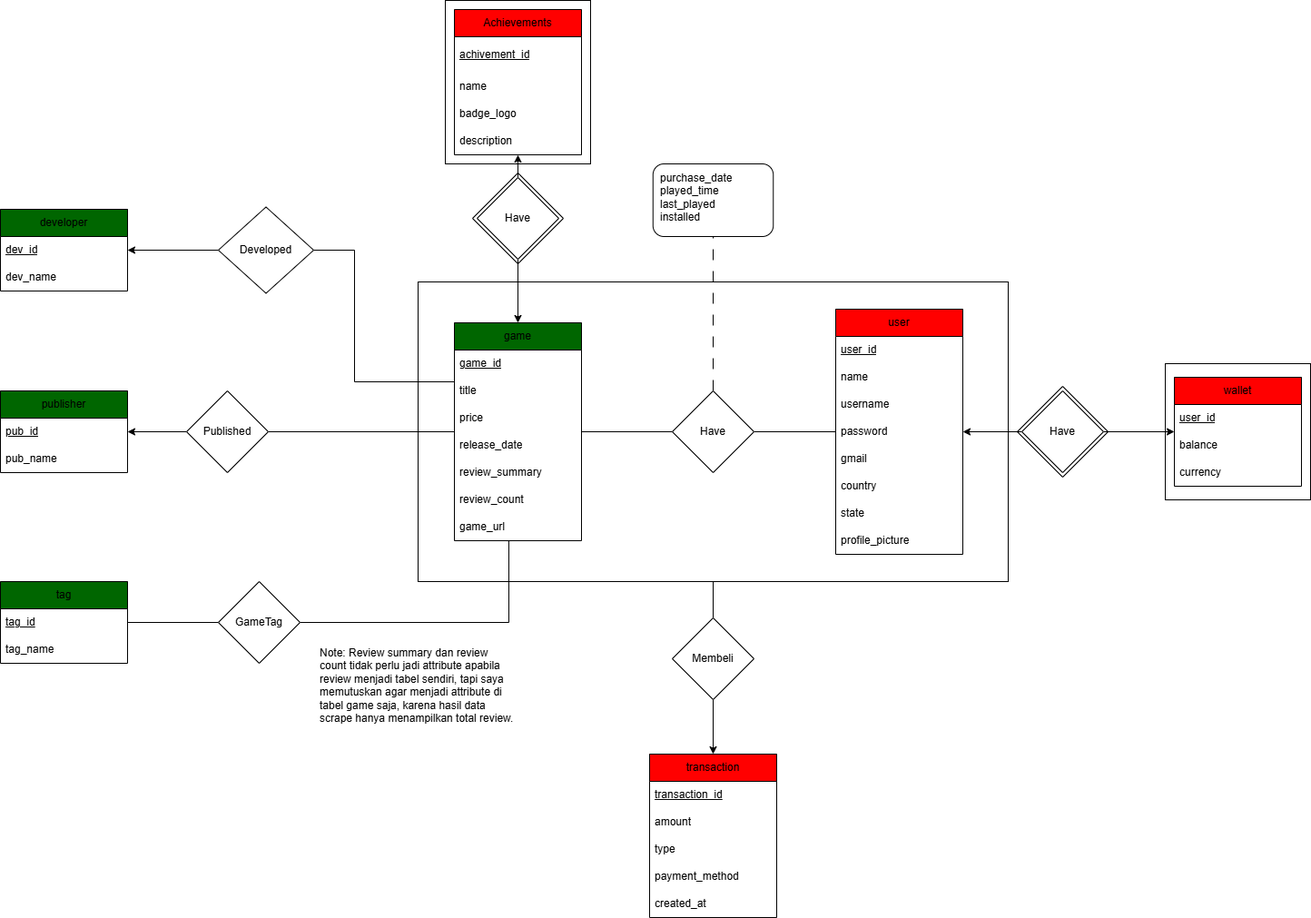
Before: Data Storing/design/ERD.drawio.png, a diagram exported from draw.io (Jerannn24/Seleksi-2026-Tugas-1). Source tidied: cells renumbered, new cells last; positions are measured from the earlier drawing's top-left corner, leaving out a move shared by most shapes. Its diagram source:
```xml
<mxGraphModel background="light-dark(#ffffff, #121212)">
  <root>
    <mxCell id="0" />
    <mxCell id="1" parent="0" />
    <mxCell id="2" style="rounded=0;whiteSpace=wrap;html=1;" parent="1" vertex="1">
      <mxGeometry x="490" width="160" height="180" as="geometry" />
    </mxCell>
    <mxCell id="3" style="rhombus;whiteSpace=wrap;html=1;" parent="1" vertex="1">
      <mxGeometry x="1120" y="425" width="100" height="100" as="geometry" />
    </mxCell>
    <mxCell id="4" style="rounded=0;whiteSpace=wrap;html=1;" parent="1" vertex="1">
      <mxGeometry x="1283" y="400" width="160" height="150" as="geometry" />
    </mxCell>
    <mxCell id="5" style="edgeStyle=orthogonalEdgeStyle;rounded=0;jettySize=auto;html=1;endArrow=none;endFill=0;" parent="1" edge="1" source="6" target="56">
      <mxGeometry relative="1" as="geometry" />
    </mxCell>
    <mxCell id="6" style="rounded=0;whiteSpace=wrap;html=1;" parent="1" vertex="1">
      <mxGeometry x="460" y="310" width="650" height="330" as="geometry" />
    </mxCell>
    <mxCell id="7" value="game" style="swimlane;fontStyle=0;horizontal=1;startSize=30;whiteSpace=wrap;html=1;fillColor=light-dark(#006600,#006600);fontColor=default;" parent="1" vertex="1">
      <mxGeometry x="500" y="355" width="140" height="240" as="geometry" />
    </mxCell>
    <mxCell id="8" value="&lt;u&gt;game_id&lt;/u&gt;" style="text;strokeColor=none;fillColor=none;align=left;verticalAlign=middle;spacingLeft=4;spacingRight=4;overflow=hidden;whiteSpace=wrap;html=1;" parent="7" vertex="1">
      <mxGeometry y="30" width="140" height="30" as="geometry" />
    </mxCell>
    <mxCell id="9" value="title" style="text;strokeColor=none;fillColor=none;align=left;verticalAlign=middle;spacingLeft=4;spacingRight=4;overflow=hidden;whiteSpace=wrap;html=1;" parent="7" vertex="1">
      <mxGeometry y="60" width="140" height="30" as="geometry" />
    </mxCell>
    <mxCell id="10" value="price" style="text;strokeColor=none;fillColor=none;align=left;verticalAlign=middle;spacingLeft=4;spacingRight=4;overflow=hidden;whiteSpace=wrap;html=1;" parent="7" vertex="1">
      <mxGeometry y="90" width="140" height="30" as="geometry" />
    </mxCell>
    <mxCell id="11" value="release_date" style="text;strokeColor=none;fillColor=none;align=left;verticalAlign=middle;spacingLeft=4;spacingRight=4;overflow=hidden;whiteSpace=wrap;html=1;" parent="7" vertex="1">
      <mxGeometry y="120" width="140" height="30" as="geometry" />
    </mxCell>
    <mxCell id="12" value="review_summary" style="text;strokeColor=none;fillColor=none;align=left;verticalAlign=middle;spacingLeft=4;spacingRight=4;overflow=hidden;whiteSpace=wrap;html=1;" parent="7" vertex="1">
      <mxGeometry y="150" width="140" height="30" as="geometry" />
    </mxCell>
    <mxCell id="13" value="review_count" style="text;strokeColor=none;fillColor=none;align=left;verticalAlign=middle;spacingLeft=4;spacingRight=4;overflow=hidden;whiteSpace=wrap;html=1;" parent="7" vertex="1">
      <mxGeometry y="180" width="140" height="30" as="geometry" />
    </mxCell>
    <mxCell id="14" value="game_url" style="text;strokeColor=none;fillColor=none;align=left;verticalAlign=middle;spacingLeft=4;spacingRight=4;overflow=hidden;whiteSpace=wrap;html=1;" parent="7" vertex="1">
      <mxGeometry y="210" width="140" height="30" as="geometry" />
    </mxCell>
    <mxCell id="15" value="developer" style="swimlane;fontStyle=0;horizontal=1;startSize=30;whiteSpace=wrap;html=1;fillColor=light-dark(#006600,#006600);" parent="1" vertex="1">
      <mxGeometry y="230" width="140" height="90" as="geometry" />
    </mxCell>
    <mxCell id="16" value="&lt;u&gt;dev_id&lt;/u&gt;" style="text;strokeColor=none;fillColor=none;align=left;verticalAlign=middle;spacingLeft=4;spacingRight=4;overflow=hidden;whiteSpace=wrap;html=1;" parent="15" vertex="1">
      <mxGeometry y="30" width="140" height="30" as="geometry" />
    </mxCell>
    <mxCell id="17" value="dev_name" style="text;strokeColor=none;fillColor=none;align=left;verticalAlign=middle;spacingLeft=4;spacingRight=4;overflow=hidden;whiteSpace=wrap;html=1;" parent="15" vertex="1">
      <mxGeometry y="60" width="140" height="30" as="geometry" />
    </mxCell>
    <mxCell id="18" value="publisher" style="swimlane;fontStyle=0;horizontal=1;startSize=30;whiteSpace=wrap;html=1;fillColor=light-dark(#006600,#006600);" parent="1" vertex="1">
      <mxGeometry y="430" width="140" height="90" as="geometry" />
    </mxCell>
    <mxCell id="19" value="&lt;u&gt;pub_id&lt;/u&gt;" style="text;strokeColor=none;fillColor=none;align=left;verticalAlign=middle;spacingLeft=4;spacingRight=4;overflow=hidden;whiteSpace=wrap;html=1;" parent="18" vertex="1">
      <mxGeometry y="30" width="140" height="30" as="geometry" />
    </mxCell>
    <mxCell id="20" value="pub_name" style="text;strokeColor=none;fillColor=none;align=left;verticalAlign=middle;spacingLeft=4;spacingRight=4;overflow=hidden;whiteSpace=wrap;html=1;" parent="18" vertex="1">
      <mxGeometry y="60" width="140" height="30" as="geometry" />
    </mxCell>
    <mxCell id="21" value="tag" style="swimlane;fontStyle=0;horizontal=1;startSize=30;whiteSpace=wrap;html=1;fillColor=light-dark(#006600,#006600);" parent="1" vertex="1">
      <mxGeometry y="640" width="140" height="90" as="geometry" />
    </mxCell>
    <mxCell id="22" value="&lt;u&gt;tag_id&lt;/u&gt;" style="text;strokeColor=none;fillColor=none;align=left;verticalAlign=middle;spacingLeft=4;spacingRight=4;overflow=hidden;whiteSpace=wrap;html=1;" parent="21" vertex="1">
      <mxGeometry y="30" width="140" height="30" as="geometry" />
    </mxCell>
    <mxCell id="23" value="tag_name" style="text;strokeColor=none;fillColor=none;align=left;verticalAlign=middle;spacingLeft=4;spacingRight=4;overflow=hidden;whiteSpace=wrap;html=1;" parent="21" vertex="1">
      <mxGeometry y="60" width="140" height="30" as="geometry" />
    </mxCell>
    <mxCell id="24" value="user" style="swimlane;fontStyle=0;horizontal=1;startSize=30;whiteSpace=wrap;html=1;fillColor=light-dark(#FF0000,#FF0000);" parent="1" vertex="1">
      <mxGeometry x="920" y="340" width="140" height="270" as="geometry" />
    </mxCell>
    <mxCell id="25" value="&lt;u&gt;user_id&lt;/u&gt;" style="text;strokeColor=none;fillColor=none;align=left;verticalAlign=middle;spacingLeft=4;spacingRight=4;overflow=hidden;whiteSpace=wrap;html=1;" parent="24" vertex="1">
      <mxGeometry y="30" width="140" height="30" as="geometry" />
    </mxCell>
    <mxCell id="26" value="name" style="text;strokeColor=none;fillColor=none;align=left;verticalAlign=middle;spacingLeft=4;spacingRight=4;overflow=hidden;whiteSpace=wrap;html=1;" parent="24" vertex="1">
      <mxGeometry y="60" width="140" height="30" as="geometry" />
    </mxCell>
    <mxCell id="27" value="username" style="text;strokeColor=none;fillColor=none;align=left;verticalAlign=middle;spacingLeft=4;spacingRight=4;overflow=hidden;whiteSpace=wrap;html=1;" parent="24" vertex="1">
      <mxGeometry y="90" width="140" height="30" as="geometry" />
    </mxCell>
    <mxCell id="28" value="password" style="text;strokeColor=none;fillColor=none;align=left;verticalAlign=middle;spacingLeft=4;spacingRight=4;overflow=hidden;whiteSpace=wrap;html=1;" parent="24" vertex="1">
      <mxGeometry y="120" width="140" height="30" as="geometry" />
    </mxCell>
    <mxCell id="29" value="gmail" style="text;strokeColor=none;fillColor=none;align=left;verticalAlign=middle;spacingLeft=4;spacingRight=4;overflow=hidden;whiteSpace=wrap;html=1;" parent="24" vertex="1">
      <mxGeometry y="150" width="140" height="30" as="geometry" />
    </mxCell>
    <mxCell id="30" value="country" style="text;strokeColor=none;fillColor=none;align=left;verticalAlign=middle;spacingLeft=4;spacingRight=4;overflow=hidden;whiteSpace=wrap;html=1;" parent="24" vertex="1">
      <mxGeometry y="180" width="140" height="30" as="geometry" />
    </mxCell>
    <mxCell id="31" value="state" style="text;strokeColor=none;fillColor=none;align=left;verticalAlign=middle;spacingLeft=4;spacingRight=4;overflow=hidden;whiteSpace=wrap;html=1;" parent="24" vertex="1">
      <mxGeometry y="210" width="140" height="30" as="geometry" />
    </mxCell>
    <mxCell id="32" value="profile_picture" style="text;strokeColor=none;fillColor=none;align=left;verticalAlign=middle;spacingLeft=4;spacingRight=4;overflow=hidden;whiteSpace=wrap;html=1;" parent="24" vertex="1">
      <mxGeometry y="240" width="140" height="30" as="geometry" />
    </mxCell>
    <mxCell id="33" value="wallet" style="swimlane;fontStyle=0;horizontal=1;startSize=30;whiteSpace=wrap;html=1;fillColor=light-dark(#FF0000,#FF0000);swimlaneFillColor=none;" parent="1" vertex="1">
      <mxGeometry x="1293" y="415" width="140" height="120" as="geometry" />
    </mxCell>
    <mxCell id="34" value="&lt;u&gt;user_id&lt;/u&gt;" style="text;strokeColor=none;fillColor=none;align=left;verticalAlign=middle;spacingLeft=4;spacingRight=4;overflow=hidden;whiteSpace=wrap;html=1;" parent="33" vertex="1">
      <mxGeometry y="30" width="140" height="30" as="geometry" />
    </mxCell>
    <mxCell id="35" value="balance" style="text;strokeColor=none;fillColor=none;align=left;verticalAlign=middle;spacingLeft=4;spacingRight=4;overflow=hidden;whiteSpace=wrap;html=1;" parent="33" vertex="1">
      <mxGeometry y="60" width="140" height="30" as="geometry" />
    </mxCell>
    <mxCell id="36" value="currency" style="text;strokeColor=none;fillColor=none;align=left;verticalAlign=middle;spacingLeft=4;spacingRight=4;overflow=hidden;whiteSpace=wrap;html=1;" parent="33" vertex="1">
      <mxGeometry y="90" width="140" height="30" as="geometry" />
    </mxCell>
    <mxCell id="37" value="transaction" style="swimlane;fontStyle=0;horizontal=1;startSize=30;whiteSpace=wrap;html=1;fillColor=light-dark(#FF0000,#FF0000);" parent="1" vertex="1">
      <mxGeometry x="715" y="830" width="140" height="180" as="geometry" />
    </mxCell>
    <mxCell id="38" value="&lt;u&gt;transaction_id&lt;/u&gt;" style="text;strokeColor=none;fillColor=none;align=left;verticalAlign=middle;spacingLeft=4;spacingRight=4;overflow=hidden;whiteSpace=wrap;html=1;" parent="37" vertex="1">
      <mxGeometry y="30" width="140" height="30" as="geometry" />
    </mxCell>
    <mxCell id="39" value="amount" style="text;strokeColor=none;fillColor=none;align=left;verticalAlign=middle;spacingLeft=4;spacingRight=4;overflow=hidden;whiteSpace=wrap;html=1;" parent="37" vertex="1">
      <mxGeometry y="60" width="140" height="30" as="geometry" />
    </mxCell>
    <mxCell id="40" value="type" style="text;strokeColor=none;fillColor=none;align=left;verticalAlign=middle;spacingLeft=4;spacingRight=4;overflow=hidden;whiteSpace=wrap;html=1;" parent="37" vertex="1">
      <mxGeometry y="90" width="140" height="30" as="geometry" />
    </mxCell>
    <mxCell id="41" value="payment_method" style="text;strokeColor=none;fillColor=none;align=left;verticalAlign=middle;spacingLeft=4;spacingRight=4;overflow=hidden;whiteSpace=wrap;html=1;" parent="37" vertex="1">
      <mxGeometry y="120" width="140" height="30" as="geometry" />
    </mxCell>
    <mxCell id="42" value="created_at" style="text;strokeColor=none;fillColor=none;align=left;verticalAlign=middle;spacingLeft=4;spacingRight=4;overflow=hidden;whiteSpace=wrap;html=1;" parent="37" vertex="1">
      <mxGeometry y="150" width="140" height="30" as="geometry" />
    </mxCell>
    <mxCell id="43" style="edgeStyle=orthogonalEdgeStyle;rounded=0;jettySize=auto;html=1;endArrow=classic;endFill=1;" parent="1" edge="1" source="45" target="18">
      <mxGeometry relative="1" as="geometry" />
    </mxCell>
    <mxCell id="44" style="edgeStyle=orthogonalEdgeStyle;rounded=0;jettySize=auto;html=1;endArrow=none;endFill=0;" parent="1" edge="1" source="45" target="7">
      <mxGeometry relative="1" as="geometry" />
    </mxCell>
    <mxCell id="45" value="Published" style="rhombus;whiteSpace=wrap;html=1;" parent="1" vertex="1">
      <mxGeometry x="205" y="430" width="90" height="90" as="geometry" />
    </mxCell>
    <mxCell id="46" style="edgeStyle=orthogonalEdgeStyle;rounded=0;jettySize=auto;html=1;endArrow=none;endFill=0;" parent="1" edge="1" source="48" target="21">
      <mxGeometry relative="1" as="geometry" />
    </mxCell>
    <mxCell id="47" style="edgeStyle=orthogonalEdgeStyle;rounded=0;jettySize=auto;html=1;endArrow=none;endFill=0;" parent="1" edge="1" source="48" target="7">
      <mxGeometry relative="1" as="geometry">
        <Array as="points">
          <mxPoint x="560" y="685" />
        </Array>
      </mxGeometry>
    </mxCell>
    <mxCell id="48" value="GameTag" style="rhombus;whiteSpace=wrap;html=1;" parent="1" vertex="1">
      <mxGeometry x="240" y="640" width="90" height="90" as="geometry" />
    </mxCell>
    <mxCell id="49" style="edgeStyle=orthogonalEdgeStyle;rounded=0;jettySize=auto;html=1;" parent="1" edge="1" source="51" target="15">
      <mxGeometry relative="1" as="geometry" />
    </mxCell>
    <mxCell id="50" style="edgeStyle=orthogonalEdgeStyle;rounded=0;jettySize=auto;html=1;endArrow=none;endFill=0;" parent="1" edge="1" source="51" target="7">
      <mxGeometry relative="1" as="geometry">
        <Array as="points">
          <mxPoint x="390.1" y="275.1" />
          <mxPoint x="390.1" y="420" />
        </Array>
      </mxGeometry>
    </mxCell>
    <mxCell id="51" value="Developed" style="rhombus;whiteSpace=wrap;html=1;" parent="1" vertex="1">
      <mxGeometry x="240" y="227.5" width="105" height="95" as="geometry" />
    </mxCell>
    <mxCell id="52" style="edgeStyle=orthogonalEdgeStyle;rounded=0;jettySize=auto;html=1;" parent="1" edge="1" source="54" target="24">
      <mxGeometry relative="1" as="geometry" />
    </mxCell>
    <mxCell id="53" style="edgeStyle=orthogonalEdgeStyle;rounded=0;jettySize=auto;html=1;" parent="1" edge="1" source="54" target="33">
      <mxGeometry relative="1" as="geometry" />
    </mxCell>
    <mxCell id="54" value="Have" style="rhombus;whiteSpace=wrap;html=1;" parent="1" vertex="1">
      <mxGeometry x="1125" y="430" width="90" height="90" as="geometry" />
    </mxCell>
    <mxCell id="55" style="edgeStyle=orthogonalEdgeStyle;rounded=0;jettySize=auto;html=1;" parent="1" edge="1" source="56" target="37">
      <mxGeometry relative="1" as="geometry" />
    </mxCell>
    <mxCell id="56" value="Membeli" style="rhombus;whiteSpace=wrap;html=1;" parent="1" vertex="1">
      <mxGeometry x="740" y="680" width="90" height="90" as="geometry" />
    </mxCell>
    <mxCell id="57" style="edgeStyle=orthogonalEdgeStyle;rounded=0;jettySize=auto;html=1;endArrow=none;endFill=0;" parent="1" edge="1" source="60" target="24">
      <mxGeometry relative="1" as="geometry" />
    </mxCell>
    <mxCell id="58" style="edgeStyle=orthogonalEdgeStyle;rounded=0;jettySize=auto;html=1;endArrow=none;endFill=0;" parent="1" edge="1" source="60" target="7">
      <mxGeometry relative="1" as="geometry" />
    </mxCell>
    <mxCell id="59" style="edgeStyle=orthogonalEdgeStyle;rounded=0;jettySize=auto;html=1;endArrow=none;endFill=0;dashed=1;dashPattern=12 12;" parent="1" edge="1" source="60" target="62">
      <mxGeometry relative="1" as="geometry" />
    </mxCell>
    <mxCell id="60" value="Have" style="rhombus;whiteSpace=wrap;html=1;" parent="1" vertex="1">
      <mxGeometry x="740" y="430" width="90" height="90" as="geometry" />
    </mxCell>
    <mxCell id="61" value="Note: Review summary dan review count tidak perlu jadi attribute apabila review menjadi tabel sendiri, tapi saya memutuskan agar menjadi attribute di tabel game saja, karena hasil data scrape hanya menampilkan total review.&amp;nbsp;&lt;div&gt;&lt;br&gt;&lt;/div&gt;" style="text;html=1;whiteSpace=wrap;strokeColor=none;fillColor=none;align=left;verticalAlign=top;rounded=0;" parent="1" vertex="1">
      <mxGeometry x="350" y="705" width="220" height="105" as="geometry" />
    </mxCell>
    <mxCell id="62" value="purchase_date&lt;div&gt;played_time&lt;/div&gt;&lt;div&gt;last_played&lt;/div&gt;&lt;div&gt;installed&lt;/div&gt;" style="rounded=1;whiteSpace=wrap;html=1;align=left;verticalAlign=top;spacing=4;spacingLeft=4;" parent="1" vertex="1">
      <mxGeometry x="718.8" y="180" width="132.5" height="80" as="geometry" />
    </mxCell>
    <mxCell id="63" value="Achievements" style="swimlane;fontStyle=0;horizontal=1;startSize=30;whiteSpace=wrap;html=1;fillColor=light-dark(#FF0000,#FF0000);" parent="1" vertex="1">
      <mxGeometry x="500" y="10" width="140" height="160" as="geometry" />
    </mxCell>
    <mxCell id="64" value="&lt;u&gt;achivement_id&lt;/u&gt;" style="text;strokeColor=none;fillColor=none;align=left;verticalAlign=middle;spacingLeft=4;spacingRight=4;overflow=hidden;whiteSpace=wrap;html=1;" parent="63" vertex="1">
      <mxGeometry y="30" width="140" height="40" as="geometry" />
    </mxCell>
    <mxCell id="65" value="name" style="text;strokeColor=none;fillColor=none;align=left;verticalAlign=middle;spacingLeft=4;spacingRight=4;overflow=hidden;whiteSpace=wrap;html=1;" parent="63" vertex="1">
      <mxGeometry y="70" width="140" height="30" as="geometry" />
    </mxCell>
    <mxCell id="66" value="badge_logo" style="text;strokeColor=none;fillColor=none;align=left;verticalAlign=middle;spacingLeft=4;spacingRight=4;overflow=hidden;whiteSpace=wrap;html=1;" parent="63" vertex="1">
      <mxGeometry y="100" width="140" height="30" as="geometry" />
    </mxCell>
    <mxCell id="67" value="description" style="text;strokeColor=none;fillColor=none;align=left;verticalAlign=middle;spacingLeft=4;spacingRight=4;overflow=hidden;whiteSpace=wrap;html=1;" parent="63" vertex="1">
      <mxGeometry y="130" width="140" height="30" as="geometry" />
    </mxCell>
    <mxCell id="68" style="rhombus;whiteSpace=wrap;html=1;" parent="1" vertex="1">
      <mxGeometry x="520" y="190" width="100" height="100" as="geometry" />
    </mxCell>
    <mxCell id="69" style="edgeStyle=orthogonalEdgeStyle;rounded=0;jettySize=auto;html=1;" parent="1" edge="1" source="71" target="63">
      <mxGeometry relative="1" as="geometry" />
    </mxCell>
    <mxCell id="70" style="edgeStyle=orthogonalEdgeStyle;rounded=0;jettySize=auto;html=1;" parent="1" edge="1" source="71" target="7">
      <mxGeometry relative="1" as="geometry" />
    </mxCell>
    <mxCell id="71" value="Have" style="rhombus;whiteSpace=wrap;html=1;" parent="1" vertex="1">
      <mxGeometry x="525" y="195" width="90" height="90" as="geometry" />
    </mxCell>
  </root>
</mxGraphModel>
```
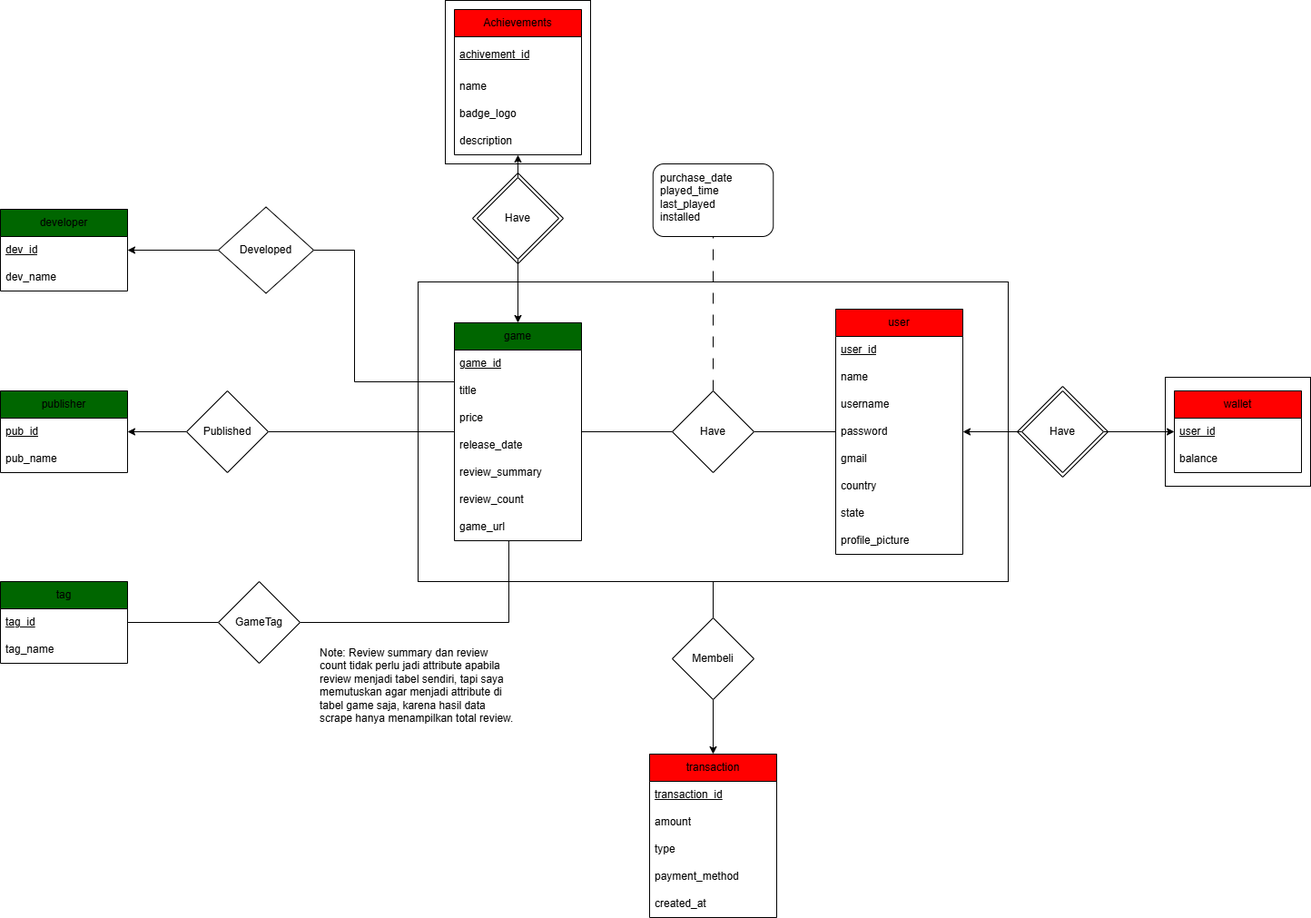
The same file after the commit.

The edit, as a diff of the source:
```diff
@@ -9,7 +9,7 @@
       <mxGeometry x="1120" y="425" width="100" height="100" as="geometry" />
     </mxCell>
     <mxCell id="4" style="rounded=0;whiteSpace=wrap;html=1;" parent="1" vertex="1">
-      <mxGeometry x="1283" y="400" width="160" height="150" as="geometry" />
+      <mxGeometry x="1283" y="415" width="160" height="120" as="geometry" />
     </mxCell>
     <mxCell id="5" style="edgeStyle=orthogonalEdgeStyle;rounded=0;jettySize=auto;html=1;endArrow=none;endFill=0;" parent="1" edge="1" source="6" target="56">
       <mxGeometry relative="1" as="geometry" />
@@ -96,7 +96,7 @@
       <mxGeometry y="240" width="140" height="30" as="geometry" />
     </mxCell>
     <mxCell id="33" value="wallet" style="swimlane;fontStyle=0;horizontal=1;startSize=30;whiteSpace=wrap;html=1;fillColor=light-dark(#FF0000,#FF0000);swimlaneFillColor=none;" parent="1" vertex="1">
-      <mxGeometry x="1293" y="415" width="140" height="120" as="geometry" />
+      <mxGeometry x="1293" y="430" width="140" height="90" as="geometry" />
     </mxCell>
     <mxCell id="34" value="&lt;u&gt;user_id&lt;/u&gt;" style="text;strokeColor=none;fillColor=none;align=left;verticalAlign=middle;spacingLeft=4;spacingRight=4;overflow=hidden;whiteSpace=wrap;html=1;" parent="33" vertex="1">
       <mxGeometry y="30" width="140" height="30" as="geometry" />
@@ -104,9 +104,6 @@
     <mxCell id="35" value="balance" style="text;strokeColor=none;fillColor=none;align=left;verticalAlign=middle;spacingLeft=4;spacingRight=4;overflow=hidden;whiteSpace=wrap;html=1;" parent="33" vertex="1">
       <mxGeometry y="60" width="140" height="30" as="geometry" />
     </mxCell>
-    <mxCell id="36" value="currency" style="text;strokeColor=none;fillColor=none;align=left;verticalAlign=middle;spacingLeft=4;spacingRight=4;overflow=hidden;whiteSpace=wrap;html=1;" parent="33" vertex="1">
-      <mxGeometry y="90" width="140" height="30" as="geometry" />
-    </mxCell>
     <mxCell id="37" value="transaction" style="swimlane;fontStyle=0;horizontal=1;startSize=30;whiteSpace=wrap;html=1;fillColor=light-dark(#FF0000,#FF0000);" parent="1" vertex="1">
       <mxGeometry x="715" y="830" width="140" height="180" as="geometry" />
     </mxCell>
```
